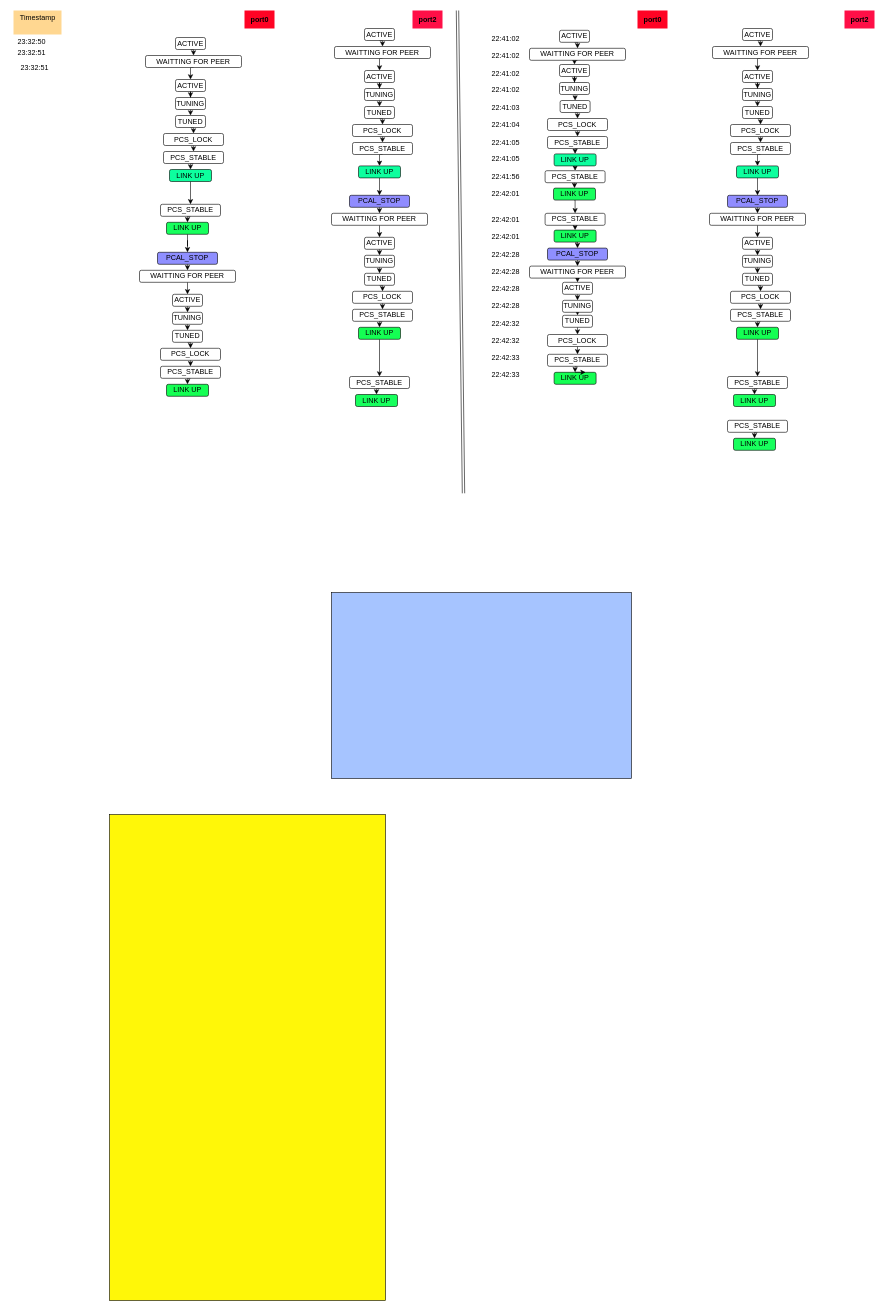
This is Optics_init_state_transition_history_timestamp.drawio from kongzhongfeima/draw_io, a draw.io file, before an edit. Source tidied: cells renumbered, new cells numbered last; positions are measured from the earlier drawing's top-left corner, leaving out a move shared by most shapes. Both pictures are drawn from the tidied source at 60%, with x=0, y=0 at pixel (10, 10).
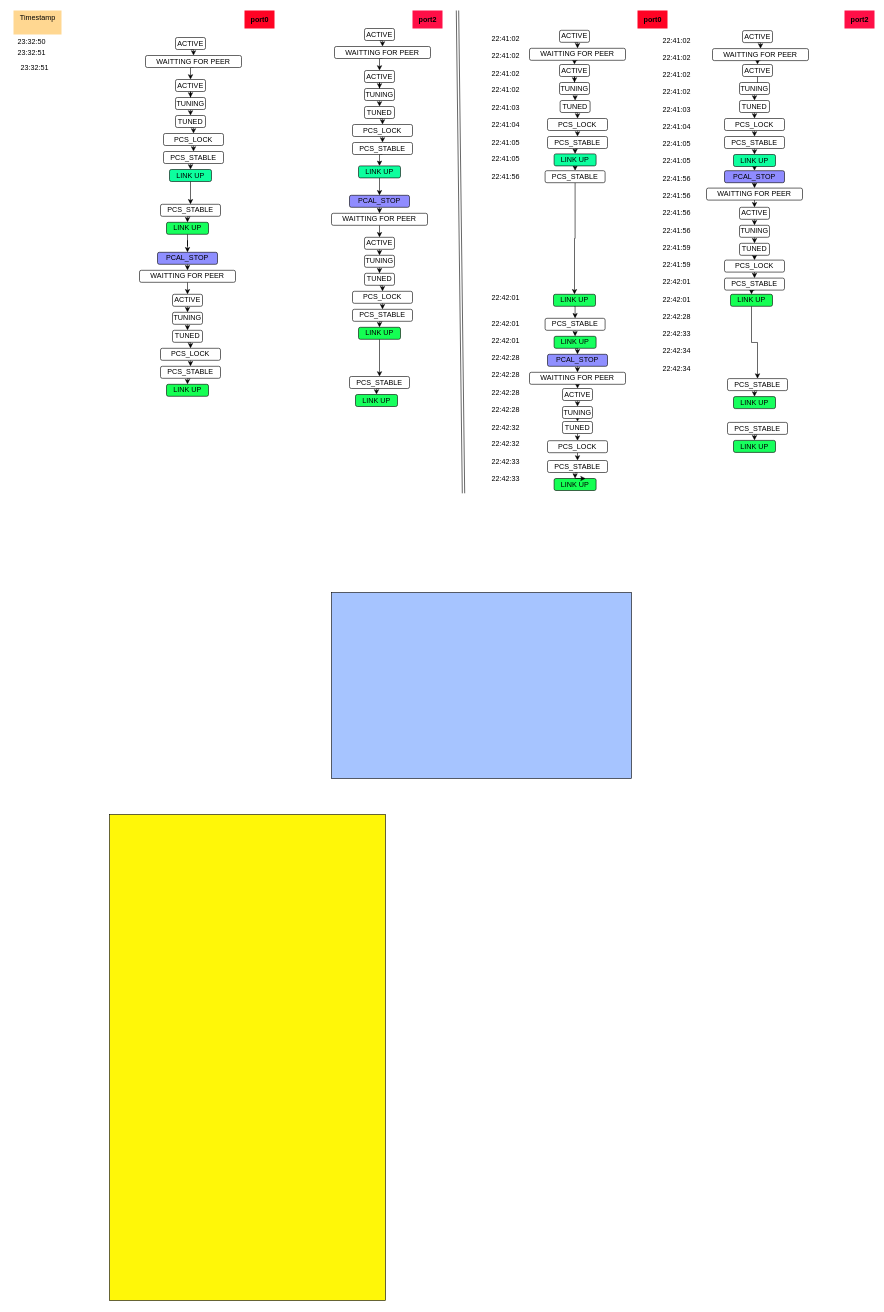
The same diagram, later.

The edit, as a diff of the source:
```diff
@@
     <mxCell id="95" value="PCAL_STOP" style="rounded=1;whiteSpace=wrap;html=1;fillColor=#8F8FFF;" parent="1" vertex="1">
-      <mxGeometry x="895" y="396" width="100" height="20" as="geometry" />
+      <mxGeometry x="895" y="573" width="100" height="20" as="geometry" />
     </mxCell>
@@
     <mxCell id="97" value="WAITTING FOR PEER" style="rounded=1;whiteSpace=wrap;html=1;" parent="1" vertex="1">
-      <mxGeometry x="865" y="426" width="160" height="20" as="geometry" />
+      <mxGeometry x="865" y="603" width="160" height="20" as="geometry" />
     </mxCell>
@@
     <mxCell id="99" value="ACTIVE" style="rounded=1;whiteSpace=wrap;html=1;" parent="1" vertex="1">
-      <mxGeometry x="920" y="453" width="50" height="20" as="geometry" />
+      <mxGeometry x="920" y="630" width="50" height="20" as="geometry" />
     </mxCell>
@@
     <mxCell id="101" value="TUNING" style="rounded=1;whiteSpace=wrap;html=1;" parent="1" vertex="1">
-      <mxGeometry x="920" y="483" width="50" height="20" as="geometry" />
+      <mxGeometry x="920" y="660" width="50" height="20" as="geometry" />
     </mxCell>
@@
     <mxCell id="103" value="TUNED" style="rounded=1;whiteSpace=wrap;html=1;" parent="1" vertex="1">
-      <mxGeometry x="920" y="508" width="50" height="20" as="geometry" />
+      <mxGeometry x="920" y="685" width="50" height="20" as="geometry" />
     </mxCell>
@@
     <mxCell id="105" value="PCS_LOCK" style="rounded=1;whiteSpace=wrap;html=1;" parent="1" vertex="1">
-      <mxGeometry x="895" y="540" width="100" height="20" as="geometry" />
+      <mxGeometry x="895" y="717" width="100" height="20" as="geometry" />
     </mxCell>
@@
     <mxCell id="107" value="PCS_STABLE" style="rounded=1;whiteSpace=wrap;html=1;" parent="1" vertex="1">
-      <mxGeometry x="895" y="573" width="100" height="20" as="geometry" />
+      <mxGeometry x="895" y="750" width="100" height="20" as="geometry" />
     </mxCell>
     <mxCell id="108" value="LINK UP" style="rounded=1;whiteSpace=wrap;html=1;fillColor=#14FF53;" parent="1" vertex="1">
-      <mxGeometry x="906" y="603" width="70" height="20" as="geometry" />
+      <mxGeometry x="906" y="780" width="70" height="20" as="geometry" />
     </mxCell>
@@
     <mxCell id="112" value="LINK UP" style="rounded=1;whiteSpace=wrap;html=1;fillColor=#17FF5D;" parent="1" vertex="1">
-      <mxGeometry x="905" y="296" width="70" height="20" as="geometry" />
+      <mxGeometry x="905" y="473" width="70" height="20" as="geometry" />
     </mxCell>
@@
     <mxCell id="115" value="ACTIVE" style="rounded=1;whiteSpace=wrap;html=1;" parent="1" vertex="1">
-      <mxGeometry x="1220" y="30" width="50" height="20" as="geometry" />
+      <mxGeometry x="1220" y="33.5" width="50" height="20" as="geometry" />
     </mxCell>
@@
     <mxCell id="117" value="WAITTING FOR PEER" style="rounded=1;whiteSpace=wrap;html=1;" parent="1" vertex="1">
-      <mxGeometry x="1170" y="60" width="160" height="20" as="geometry" />
+      <mxGeometry x="1170" y="63.5" width="160" height="20" as="geometry" />
     </mxCell>
@@
     <mxCell id="119" value="ACTIVE" style="rounded=1;whiteSpace=wrap;html=1;" parent="1" vertex="1">
-      <mxGeometry x="1220" y="100" width="50" height="20" as="geometry" />
+      <mxGeometry x="1220" y="90" width="50" height="20" as="geometry" />
     </mxCell>
@@
     <mxCell id="121" value="TUNING" style="rounded=1;whiteSpace=wrap;html=1;" parent="1" vertex="1">
-      <mxGeometry x="1220" y="130" width="50" height="20" as="geometry" />
+      <mxGeometry x="1215" y="120" width="50" height="20" as="geometry" />
     </mxCell>
@@
     <mxCell id="123" value="TUNED" style="rounded=1;whiteSpace=wrap;html=1;" parent="1" vertex="1">
-      <mxGeometry x="1220" y="160" width="50" height="20" as="geometry" />
+      <mxGeometry x="1215" y="150" width="50" height="20" as="geometry" />
     </mxCell>
@@
     <mxCell id="125" value="PCS_LOCK" style="rounded=1;whiteSpace=wrap;html=1;" parent="1" vertex="1">
-      <mxGeometry x="1200" y="190" width="100" height="20" as="geometry" />
+      <mxGeometry x="1190" y="180" width="100" height="20" as="geometry" />
     </mxCell>
@@
     <mxCell id="127" value="PCS_STABLE" style="rounded=1;whiteSpace=wrap;html=1;" parent="1" vertex="1">
-      <mxGeometry x="1200" y="220" width="100" height="20" as="geometry" />
+      <mxGeometry x="1190" y="210" width="100" height="20" as="geometry" />
     </mxCell>
@@
     <mxCell id="129" value="LINK UP" style="rounded=1;whiteSpace=wrap;html=1;fillColor=#0DFF9E;" parent="1" vertex="1">
-      <mxGeometry x="1210" y="259" width="70" height="20" as="geometry" />
+      <mxGeometry x="1205" y="240" width="70" height="20" as="geometry" />
     </mxCell>
@@
     <mxCell id="131" value="PCAL_STOP" style="rounded=1;whiteSpace=wrap;html=1;fillColor=#908CFF;" parent="1" vertex="1">
-      <mxGeometry x="1195" y="308" width="100" height="20" as="geometry" />
+      <mxGeometry x="1190" y="267" width="100" height="20" as="geometry" />
     </mxCell>
@@
     <mxCell id="133" value="WAITTING FOR PEER" style="rounded=1;whiteSpace=wrap;html=1;" parent="1" vertex="1">
-      <mxGeometry x="1165" y="338" width="160" height="20" as="geometry" />
+      <mxGeometry x="1160" y="296" width="160" height="20" as="geometry" />
     </mxCell>
@@
     <mxCell id="135" value="ACTIVE" style="rounded=1;whiteSpace=wrap;html=1;" parent="1" vertex="1">
-      <mxGeometry x="1220" y="378" width="50" height="20" as="geometry" />
+      <mxGeometry x="1215" y="328" width="50" height="20" as="geometry" />
     </mxCell>
@@
     <mxCell id="137" value="TUNING" style="rounded=1;whiteSpace=wrap;html=1;" parent="1" vertex="1">
-      <mxGeometry x="1220" y="408" width="50" height="20" as="geometry" />
+      <mxGeometry x="1215" y="358" width="50" height="20" as="geometry" />
     </mxCell>
@@
     <mxCell id="139" value="TUNED" style="rounded=1;whiteSpace=wrap;html=1;" parent="1" vertex="1">
-      <mxGeometry x="1220" y="438" width="50" height="20" as="geometry" />
+      <mxGeometry x="1215" y="388" width="50" height="20" as="geometry" />
     </mxCell>
@@
     <mxCell id="141" value="PCS_LOCK" style="rounded=1;whiteSpace=wrap;html=1;" parent="1" vertex="1">
-      <mxGeometry x="1200" y="468" width="100" height="20" as="geometry" />
+      <mxGeometry x="1190" y="416" width="100" height="20" as="geometry" />
     </mxCell>
@@
     <mxCell id="143" value="PCS_STABLE" style="rounded=1;whiteSpace=wrap;html=1;" parent="1" vertex="1">
-      <mxGeometry x="1200" y="498" width="100" height="20" as="geometry" />
+      <mxGeometry x="1190" y="446" width="100" height="20" as="geometry" />
     </mxCell>
@@
     <mxCell id="145" value="LINK UP" style="rounded=1;whiteSpace=wrap;html=1;fillColor=#14FF53;" parent="1" vertex="1">
-      <mxGeometry x="1210" y="528" width="70" height="20" as="geometry" />
+      <mxGeometry x="1200" y="473" width="70" height="20" as="geometry" />
     </mxCell>
@@
     <mxCell id="147" value="PCS_STABLE" style="rounded=1;whiteSpace=wrap;html=1;" parent="1" vertex="1">
-      <mxGeometry x="1195" y="610" width="100" height="20" as="geometry" />
+      <mxGeometry x="1195" y="613.5" width="100" height="20" as="geometry" />
     </mxCell>
     <mxCell id="148" value="LINK UP" style="rounded=1;whiteSpace=wrap;html=1;fillColor=#17FF5D;" parent="1" vertex="1">
-      <mxGeometry x="1205" y="640" width="70" height="20" as="geometry" />
+      <mxGeometry x="1205" y="643.5" width="70" height="20" as="geometry" />
     </mxCell>
@@
     <mxCell id="151" value="PCS_STABLE" style="rounded=1;whiteSpace=wrap;html=1;" parent="1" vertex="1">
-      <mxGeometry x="891" y="338" width="100" height="20" as="geometry" />
+      <mxGeometry x="891" y="513" width="100" height="20" as="geometry" />
     </mxCell>
@@
     <mxCell id="153" value="LINK UP" style="rounded=1;whiteSpace=wrap;html=1;fillColor=#17FF5D;" parent="1" vertex="1">
-      <mxGeometry x="906" y="366" width="70" height="20" as="geometry" />
+      <mxGeometry x="906" y="543" width="70" height="20" as="geometry" />
     </mxCell>
@@
-    <mxCell id="155" value="22:41:02 &#10;&#10;22:41:02&#10;&#10;22:41:02&#10;&#10;22:41:02&#10;&#10;22:41:03&#10;&#10;22:41:04 &#10;&#10;22:41:05&#10;&#10;22:41:05 &#10;&#10;22:41:56&#10;&#10;22:42:01&#10; &#10;&#10;22:42:01&#10;&#10;22:42:01&#10;&#10;22:42:28 &#10;&#10;22:42:28&#10;&#10;22:42:28&#10;&#10;22:42:28&#10;&#10;22:42:32&#10;&#10;22:42:32 &#10;&#10;22:42:33&#10;&#10;22:42:33" style="text;whiteSpace=wrap;" parent="1" vertex="1">
+    <mxCell id="155" value="22:41:02 &#10;&#10;22:41:02&#10;&#10;22:41:02&#10;&#10;22:41:02&#10;&#10;22:41:03&#10;&#10;22:41:04 &#10;&#10;22:41:05&#10;&#10;22:41:05 &#10;&#10;22:41:56&#10;&#10;&#10;&#10;&#10;&#10;&#10;&#10;&#10;&#10;&#10;&#10;&#10;&#10;22:42:01&#10; &#10;&#10;22:42:01&#10;&#10;22:42:01&#10;&#10;22:42:28 &#10;&#10;22:42:28&#10;&#10;22:42:28&#10;&#10;22:42:28&#10;&#10;22:42:32&#10;&#10;22:42:32 &#10;&#10;22:42:33&#10;&#10;22:42:33" style="text;whiteSpace=wrap;" parent="1" vertex="1">
       <mxGeometry x="800" y="33" width="60" height="650" as="geometry" />
     </mxCell>
@@
     <mxCell id="160" value="PCS_STABLE" style="rounded=1;whiteSpace=wrap;html=1;" parent="1" vertex="1">
-      <mxGeometry x="1195" y="683" width="100" height="20" as="geometry" />
+      <mxGeometry x="1195" y="686.5" width="100" height="20" as="geometry" />
     </mxCell>
     <mxCell id="161" value="LINK UP" style="rounded=1;whiteSpace=wrap;html=1;fillColor=#17FF5D;" parent="1" vertex="1">
-      <mxGeometry x="1205" y="713" width="70" height="20" as="geometry" />
+      <mxGeometry x="1205" y="716.5" width="70" height="20" as="geometry" />
     </mxCell>
+    <mxCell id="162" value="22:41:02 &#10;&#10;22:41:02&#10;&#10;22:41:02&#10;&#10;22:41:02&#10;&#10;22:41:03&#10;&#10;22:41:04 &#10;&#10;22:41:05&#10;&#10;22:41:05 &#10;&#10;22:41:56 &#10;&#10;22:41:56&#10;&#10;22:41:56&#10;&#10;22:41:56&#10;&#10;22:41:59&#10;&#10;22:41:59 &#10;&#10;22:42:01&#10;&#10;22:42:01 &#10;&#10;22:42:28&#10;&#10;22:42:33 &#10;&#10;22:42:34&#10;&#10;22:42:34" style="text;whiteSpace=wrap;" parent="1" vertex="1">
+      <mxGeometry x="1085" y="36" width="80" height="860" as="geometry" />
+    </mxCell>
```
